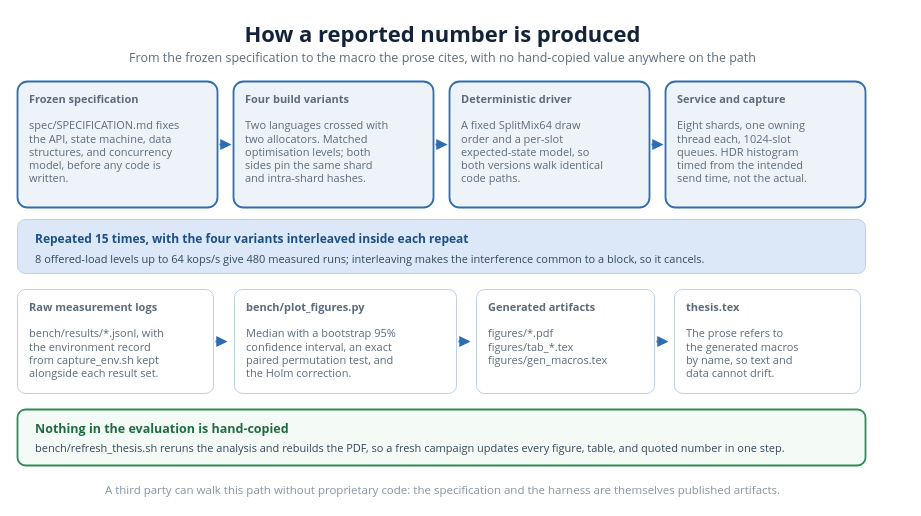
Above: diagrams/20_benchmark_harness.drawio in VienThanh12/Master-Thesis (draw.io), before the change. Source tidied: cells renumbered, new cells numbered last; positions are measured from the earlier drawing's top-left corner, leaving out a move shared by most shapes. Both pictures are drawn from the tidied source at 100%, with x=0, y=0 at pixel (17, 16).
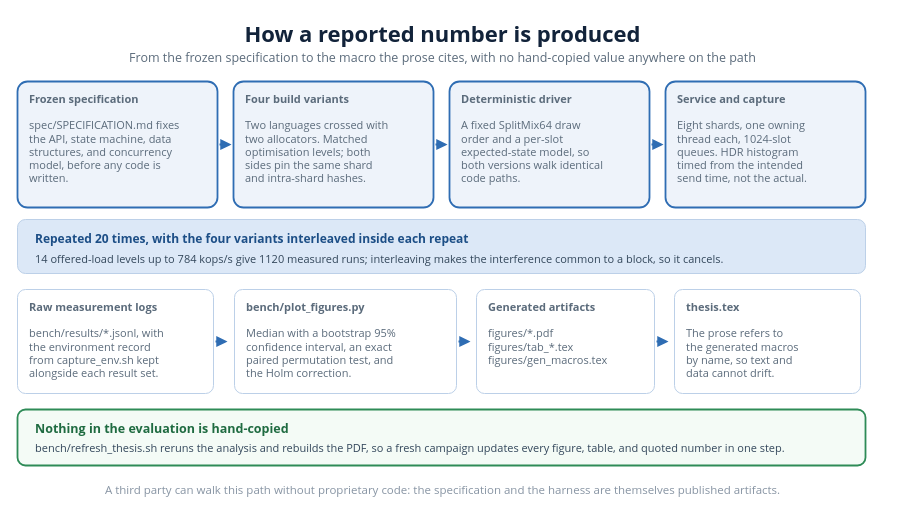
The same diagram, later.

Diff of the diagram source:
```diff
@@
-    <mxCell id="12" value="Repeated 15 times, with the four variants interleaved inside each repeat" style="text;html=1;strokeColor=none;fillColor=none;whiteSpace=nowrap;align=left;verticalAlign=middle;fontSize=12;fontColor=#1c4e86;fontFamily=Segoe UI;fontStyle=1;" parent="1" vertex="1">
+    <mxCell id="12" value="Repeated 20 times, with the four variants interleaved inside each repeat" style="text;html=1;strokeColor=none;fillColor=none;whiteSpace=nowrap;align=left;verticalAlign=middle;fontSize=12;fontColor=#1c4e86;fontFamily=Segoe UI;fontStyle=1;" parent="1" vertex="1">
       <mxGeometry x="16" y="213.6" width="470.9" height="18" as="geometry" />
     </mxCell>
-    <mxCell id="13" value="8 offered-load levels up to 64 kops/s give 480 measured runs; interleaving makes the interference common to a block, so it cancels." style="text;html=1;strokeColor=none;fillColor=none;whiteSpace=nowrap;align=left;verticalAlign=middle;fontSize=11;fontColor=#33475b;fontFamily=Segoe UI;" parent="1" vertex="1">
-      <mxGeometry x="16" y="233.6" width="785.4" height="16.5" as="geometry" />
+    <mxCell id="13" value="14 offered-load levels up to 784 kops/s give 1120 measured runs; interleaving makes the interference common to a block, so it cancels." style="text;html=1;strokeColor=none;fillColor=none;whiteSpace=nowrap;align=left;verticalAlign=middle;fontSize=11;fontColor=#33475b;fontFamily=Segoe UI;" parent="1" vertex="1">
+      <mxGeometry x="16" y="233.6" width="803.3" height="16.5" as="geometry" />
     </mxCell>
```
